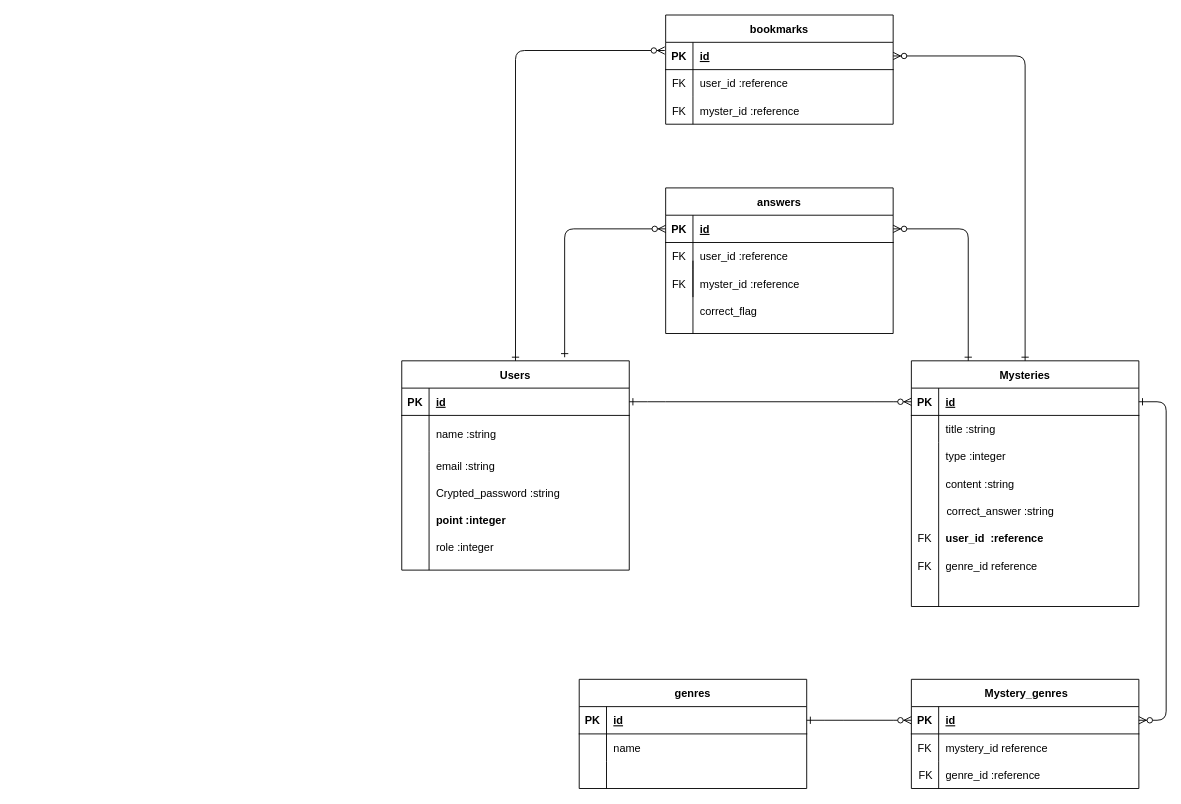
This is EnigmaCraft.drawio from yamadahideto/EnigmaCraft, a draw.io file, before an edit. Source tidied: cells renumbered, new cells numbered last; positions are measured from the earlier drawing's top-left corner, leaving out a move shared by most shapes. Both pictures are drawn from the tidied source at 91%, with x=0, y=0 at pixel (15, 15).
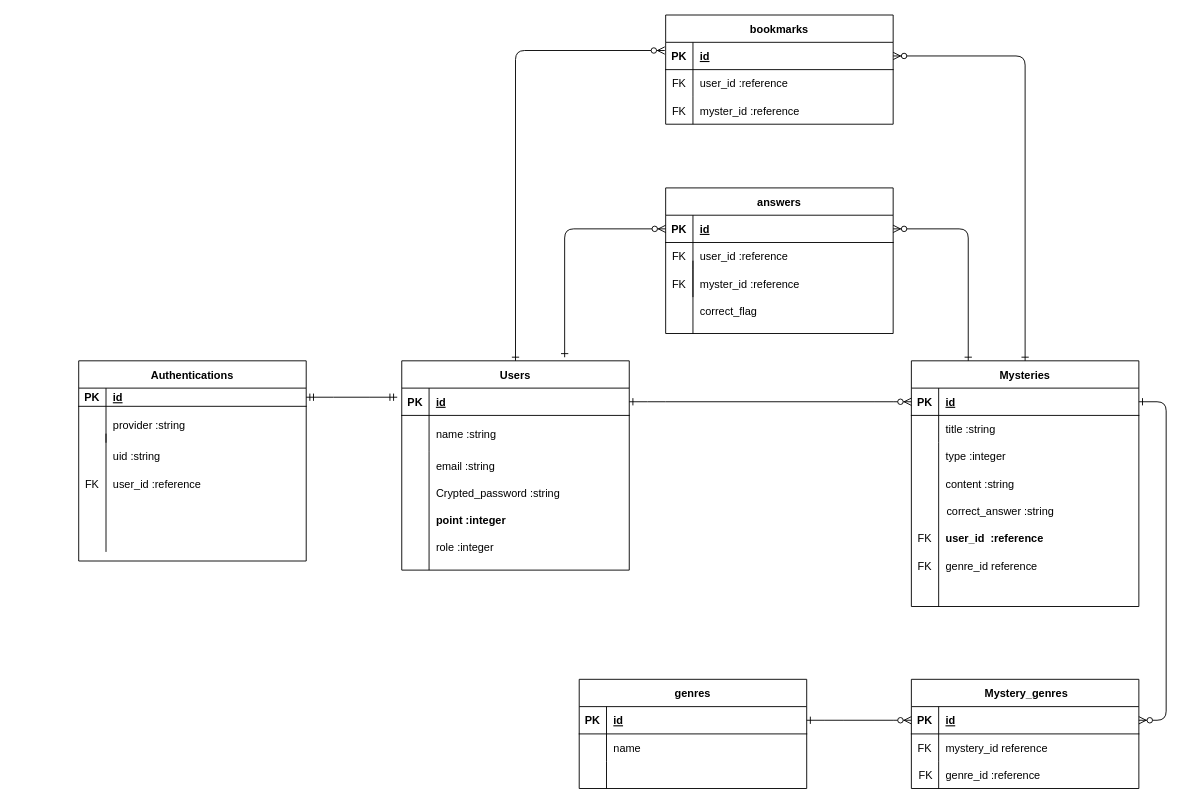
The same page after the edit.

Change to the diagram source:
```diff
@@
+    <mxCell id="87" value="Authentications" style="shape=table;startSize=30;childLayout=tableLayout;rowLines=0;fontStyle=1;align=center;" parent="1" vertex="1">
+      <mxGeometry x="70" y="380" width="250" height="220" as="geometry" />
+    </mxCell>
+    <mxCell id="88" style="shape=partialRectangle;fillColor=none;top=0;left=0;right=0;bottom=1;" parent="87" vertex="1">
+      <mxGeometry y="30" width="250" height="20" as="geometry" />
+    </mxCell>
+    <mxCell id="89" value="PK" style="shape=partialRectangle;overflow=hidden;fillColor=none;top=0;left=0;bottom=0;right=0;fontStyle=1;" parent="88" vertex="1">
+      <mxGeometry width="30" height="20" as="geometry" />
+    </mxCell>
+    <mxCell id="90" value="id" style="shape=partialRectangle;overflow=hidden;fillColor=none;top=0;left=0;bottom=0;right=0;align=left;spacingLeft=6;fontStyle=5;" parent="88" vertex="1">
+      <mxGeometry x="30" width="220" height="20" as="geometry" />
+    </mxCell>
+    <mxCell id="91" style="shape=partialRectangle;fillColor=none;top=0;left=0;right=0;bottom=0;" parent="87" vertex="1">
+      <mxGeometry y="50" width="250" height="40" as="geometry" />
+    </mxCell>
+    <mxCell id="92" style="shape=partialRectangle;overflow=hidden;fillColor=none;top=0;left=0;bottom=0;right=0;" parent="91" vertex="1">
+      <mxGeometry width="30" height="40" as="geometry" />
+    </mxCell>
+    <mxCell id="93" value="provider :string" style="shape=partialRectangle;overflow=hidden;fillColor=none;top=0;left=0;bottom=0;right=0;align=left;spacingLeft=6;" parent="91" vertex="1">
+      <mxGeometry x="30" width="220" height="40" as="geometry" />
+    </mxCell>
+    <mxCell id="94" value="uid :string" style="shape=partialRectangle;overflow=hidden;fillColor=none;top=0;left=0;bottom=0;right=0;align=left;spacingLeft=6;" parent="1" vertex="1">
+      <mxGeometry x="100" y="470" width="220" height="30" as="geometry" />
+    </mxCell>
+    <mxCell id="95" value="user_id :reference" style="shape=partialRectangle;overflow=hidden;fillColor=none;top=0;left=0;bottom=0;right=0;align=left;spacingLeft=6;" parent="1" vertex="1">
+      <mxGeometry x="100" y="500" width="220" height="30" as="geometry" />
+    </mxCell>
+    <mxCell id="96" style="endArrow=none;html=1;rounded=0;" parent="1" edge="1">
+      <mxGeometry relative="1" as="geometry">
+        <mxPoint x="100" y="590" as="sourcePoint" />
+        <mxPoint x="100" y="460" as="targetPoint" />
+      </mxGeometry>
+    </mxCell>
+    <mxCell id="97" style="edgeStyle=entityRelationEdgeStyle;fontSize=12;html=1;endArrow=ERmandOne;startArrow=ERmandOne;rounded=0;" parent="1" edge="1">
+      <mxGeometry relative="1" as="geometry">
+        <mxPoint x="320" y="420" as="sourcePoint" />
+        <mxPoint x="420" y="420" as="targetPoint" />
+      </mxGeometry>
+    </mxCell>
+    <mxCell id="98" value="FK" style="shape=partialRectangle;overflow=hidden;fillColor=none;top=0;left=0;bottom=0;right=0;" parent="1" vertex="1">
+      <mxGeometry x="70" y="500" width="30" height="30" as="geometry" />
+    </mxCell>
```
